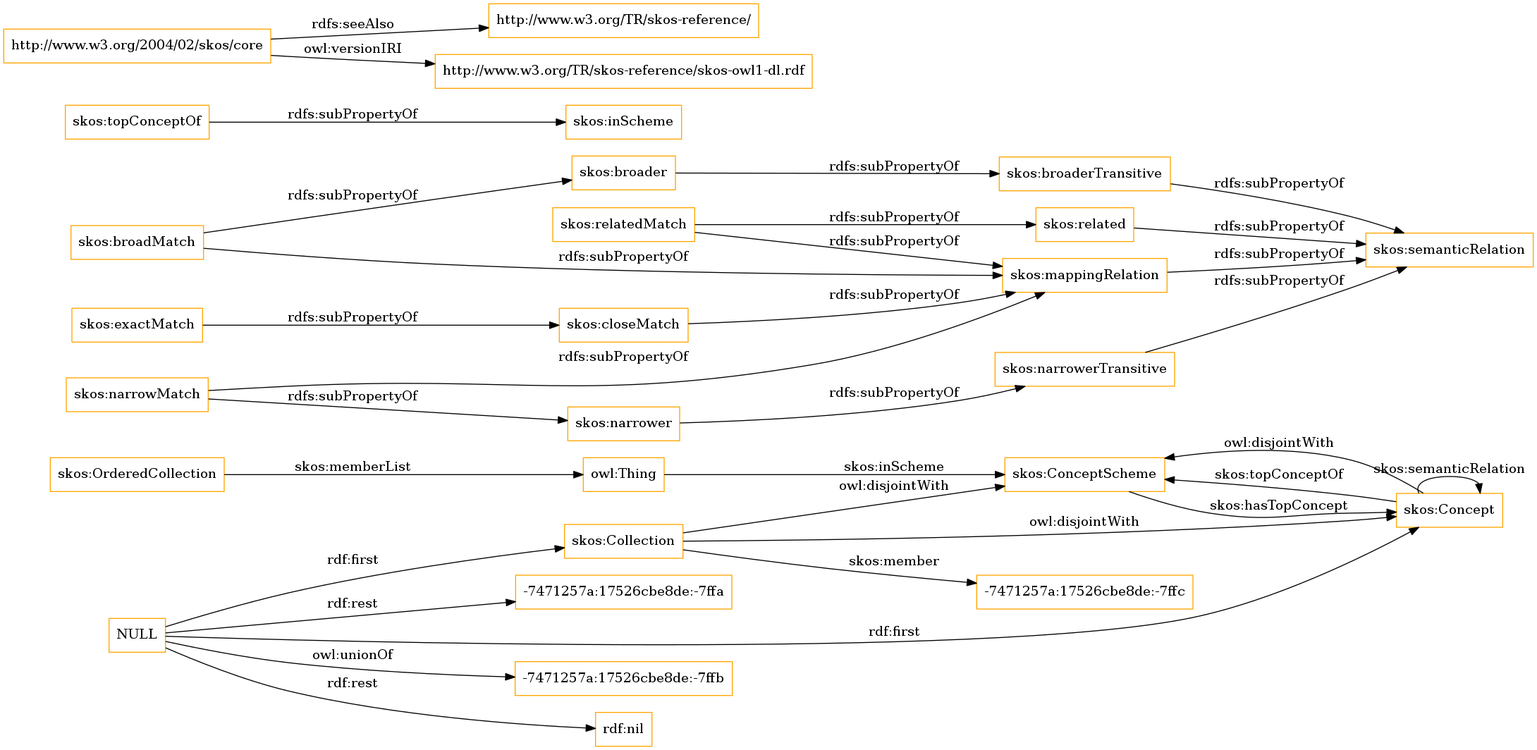
The Graphviz diagram OnToology/imports/skos.owl/diagrams/ar2dtool-class/skos.owl.png in OnToologyUser/core-ontology-1, before a commit. Its source is kept beside it as OnToology/imports/skos.owl/diagrams/ar2dtool-class/skos.owl.png.dot.
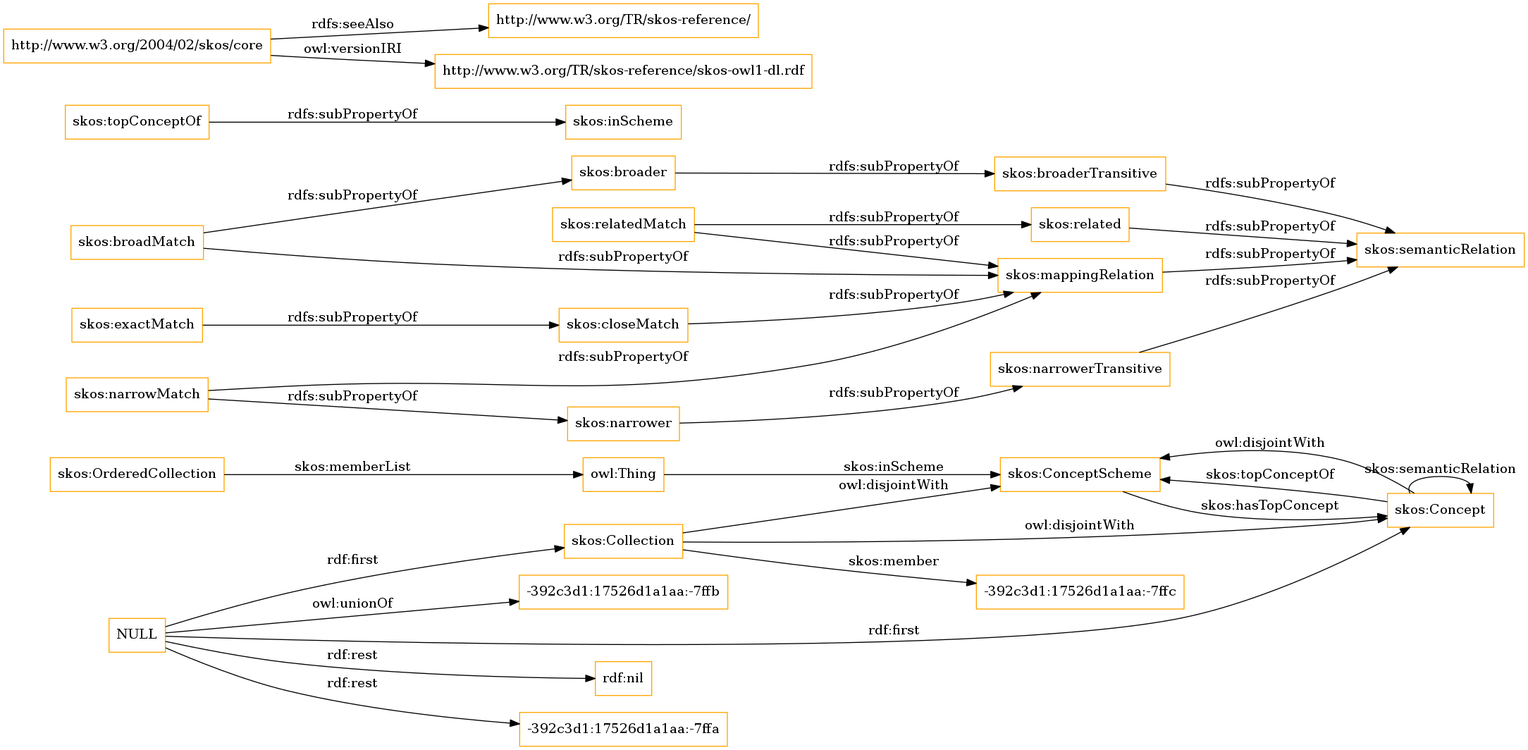
Above is the later version.

What changed in the source:
```diff
@@ -1,13 +1,13 @@
 digraph ar2dtool_diagram {
 rankdir=LR;
 size="1501"
-node [shape = rectangle, color="orange"]; "skos:OrderedCollection" "skos:ConceptScheme" "skos:Concept" "skos:Collection" "-7471257a:17526cbe8de:-7ffc" ; /*classes style*/
+node [shape = rectangle, color="orange"]; "skos:OrderedCollection" "skos:ConceptScheme" "skos:Concept" "skos:Collection" "-392c3d1:17526d1a1aa:-7ffc" ; /*classes style*/
 	"skos:narrowerTransitive" -> "skos:semanticRelation" [ label = "rdfs:subPropertyOf" ];
-	"NULL" -> "-7471257a:17526cbe8de:-7ffb" [ label = "owl:unionOf" ];
 	"NULL" -> "rdf:nil" [ label = "rdf:rest" ];
 	"NULL" -> "skos:Concept" [ label = "rdf:first" ];
-	"NULL" -> "-7471257a:17526cbe8de:-7ffa" [ label = "rdf:rest" ];
+	"NULL" -> "-392c3d1:17526d1a1aa:-7ffa" [ label = "rdf:rest" ];
 	"NULL" -> "skos:Collection" [ label = "rdf:first" ];
+	"NULL" -> "-392c3d1:17526d1a1aa:-7ffb" [ label = "owl:unionOf" ];
 	"skos:closeMatch" -> "skos:mappingRelation" [ label = "rdfs:subPropertyOf" ];
 	"skos:Concept" -> "skos:ConceptScheme" [ label = "owl:disjointWith" ];
 	"skos:relatedMatch" -> "skos:related" [ label = "rdfs:subPropertyOf" ];
@@ -30,7 +30,7 @@
 	"skos:OrderedCollection" -> "owl:Thing" [ label = "skos:memberList" ];
 	"skos:Concept" -> "skos:ConceptScheme" [ label = "skos:topConceptOf" ];
 	"skos:Concept" -> "skos:Concept" [ label = "skos:semanticRelation" ];
-	"skos:Collection" -> "-7471257a:17526cbe8de:-7ffc" [ label = "skos:member" ];
+	"skos:Collection" -> "-392c3d1:17526d1a1aa:-7ffc" [ label = "skos:member" ];
 	"skos:ConceptScheme" -> "skos:Concept" [ label = "skos:hasTopConcept" ];
 	"owl:Thing" -> "skos:ConceptScheme" [ label = "skos:inScheme" ];
 
```
